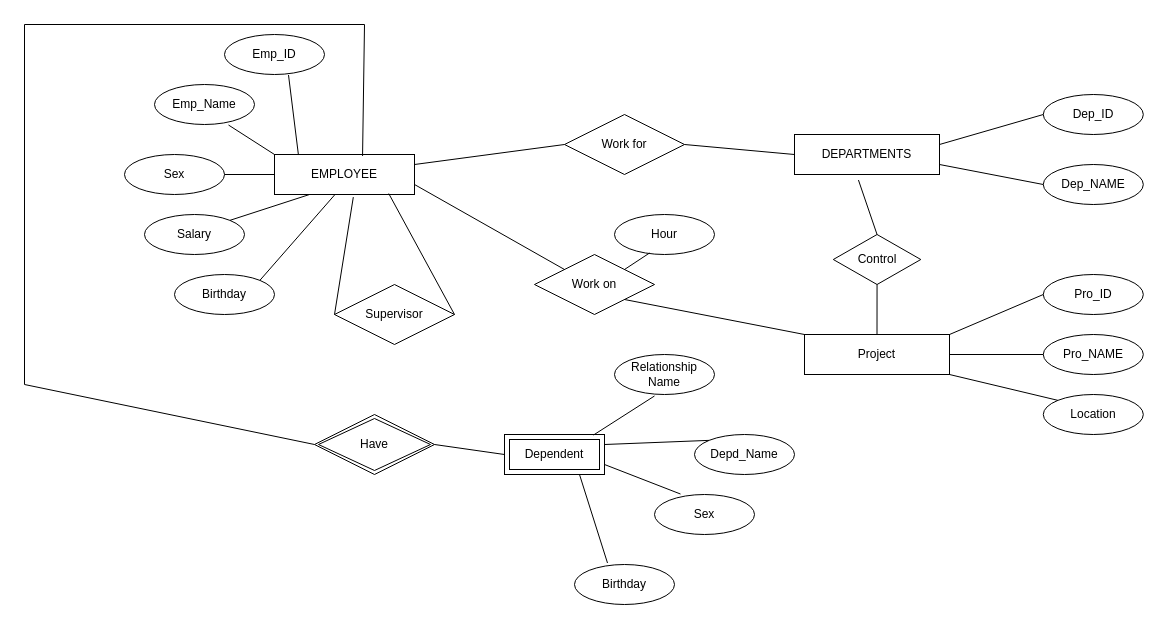
Before: Biểu đồ không có tiêu đề.drawio in QuanTran05/ERD, a draw.io diagram. Source tidied: cells renumbered, new cells numbered last; positions are measured from the earlier drawing's top-left corner, leaving out a move shared by most shapes. Both pictures are drawn from the tidied source at 100%, with x=0, y=0 at pixel (24, 24).
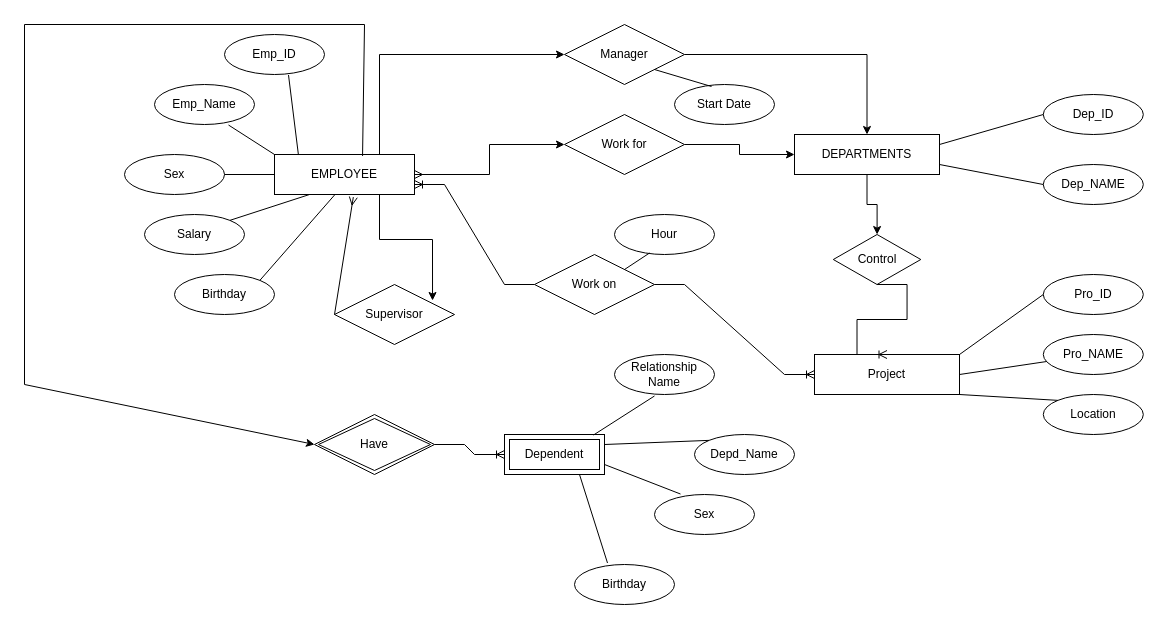
The same diagram, later.

Unchanged cells that the change refers to:
```xml
<mxCell id="2" value="DEPARTMENTS" style="whiteSpace=wrap;html=1;align=center;fontStyle=0;" parent="1" vertex="1">
  <mxGeometry x="770" y="110" width="145" height="40" as="geometry" />
</mxCell>
<mxCell id="5" value="EMPLOYEE" style="Entity;whiteSpace=wrap;html=1;align=center;fontStyle=0;" parent="1" vertex="1">
  <mxGeometry x="250" y="130" width="140" height="40" as="geometry" />
</mxCell>
<mxCell id="8" value="Control" style="shape=rhombus;perimeter=rhombusPerimeter;whiteSpace=wrap;html=1;align=center;strokeColor=default;verticalAlign=middle;fontFamily=Helvetica;fontSize=12;fontColor=default;fillColor=default;fontStyle=0;" parent="1" vertex="1">
  <mxGeometry x="808.8" y="210" width="87.5" height="50" as="geometry" />
</mxCell>
<mxCell id="28" value="Work on" style="shape=rhombus;perimeter=rhombusPerimeter;whiteSpace=wrap;html=1;align=center;strokeColor=default;verticalAlign=middle;fontFamily=Helvetica;fontSize=12;fontColor=default;fillColor=default;fontStyle=0;" parent="1" vertex="1">
  <mxGeometry x="510" y="230" width="120" height="60" as="geometry" />
</mxCell>
<mxCell id="33" value="Work for" style="shape=rhombus;perimeter=rhombusPerimeter;whiteSpace=wrap;html=1;align=center;strokeColor=default;verticalAlign=middle;fontFamily=Helvetica;fontSize=12;fontColor=default;fillColor=default;fontStyle=0;" parent="1" vertex="1">
  <mxGeometry x="540" y="90" width="120" height="60" as="geometry" />
</mxCell>
<mxCell id="36" value="Dependent" style="shape=ext;margin=3;double=1;whiteSpace=wrap;html=1;align=center;strokeColor=default;verticalAlign=middle;fontFamily=Helvetica;fontSize=12;fontColor=default;fillColor=default;fontStyle=0;" parent="1" vertex="1">
  <mxGeometry x="480" y="410" width="100" height="40" as="geometry" />
</mxCell>
<mxCell id="46" value="Supervisor" style="shape=rhombus;perimeter=rhombusPerimeter;whiteSpace=wrap;html=1;align=center;fontStyle=0;" parent="1" vertex="1">
  <mxGeometry x="310" y="260" width="120" height="60" as="geometry" />
</mxCell>
<mxCell id="49" value="Have" style="shape=rhombus;double=1;perimeter=rhombusPerimeter;whiteSpace=wrap;html=1;align=center;" parent="1" vertex="1">
  <mxGeometry x="290" y="390" width="120" height="60" as="geometry" />
</mxCell>
```

Change to the diagram source:
```diff
@@
+    <mxCell id="16" style="edgeStyle=orthogonalEdgeStyle;rounded=0;jettySize=auto;html=1;" parent="1" edge="1" source="2" target="8">
+      <mxGeometry relative="1" as="geometry" />
+    </mxCell>
@@
+    <mxCell id="34" style="edgeStyle=orthogonalEdgeStyle;rounded=0;jettySize=auto;html=1;entryX=0;entryY=0.5;entryDx=0;entryDy=0;startArrow=ERmany;startFill=0;" parent="1" edge="1" source="5" target="33">
+      <mxGeometry relative="1" as="geometry" />
+    </mxCell>
+    <mxCell id="51" style="edgeStyle=orthogonalEdgeStyle;rounded=0;jettySize=auto;html=1;exitX=0.75;exitY=0;exitDx=0;exitDy=0;entryX=0;entryY=0.5;entryDx=0;entryDy=0;" parent="1" edge="1" source="5" target="53">
+      <mxGeometry relative="1" as="geometry" />
+    </mxCell>
@@
     <mxCell id="9" value="Project" style="whiteSpace=wrap;html=1;align=center;fontStyle=0;" parent="1" vertex="1">
-      <mxGeometry x="780" y="310" width="145" height="40" as="geometry" />
+      <mxGeometry x="790" y="330" width="145" height="40" as="geometry" />
     </mxCell>
@@
-    <mxCell id="16" style="endArrow=none;html=1;rounded=0;fontFamily=Helvetica;fontSize=12;fontColor=default;exitX=0.441;exitY=1.138;exitDx=0;exitDy=0;entryX=0.5;entryY=0;entryDx=0;entryDy=0;exitPerimeter=0;fontStyle=0;align=center;" parent="1" edge="1" source="2" target="8">
-      <mxGeometry relative="1" as="geometry" />
-    </mxCell>
-    <mxCell id="17" style="endArrow=none;html=1;rounded=0;fontFamily=Helvetica;fontSize=12;fontColor=default;exitX=0.5;exitY=1;exitDx=0;exitDy=0;entryX=0.5;entryY=0;entryDx=0;entryDy=0;fontStyle=0;align=center;" parent="1" edge="1" source="8" target="9">
-      <mxGeometry relative="1" as="geometry" />
-    </mxCell>
@@
-    <mxCell id="29" style="endArrow=none;html=1;rounded=0;fontFamily=Helvetica;fontSize=12;fontColor=default;entryX=0;entryY=0;entryDx=0;entryDy=0;exitX=1;exitY=0.75;exitDx=0;exitDy=0;fontStyle=0;align=center;" parent="1" edge="1" source="5" target="28">
-      <mxGeometry relative="1" as="geometry" />
-    </mxCell>
-    <mxCell id="30" style="endArrow=none;html=1;rounded=0;fontFamily=Helvetica;fontSize=12;fontColor=default;entryX=0;entryY=0;entryDx=0;entryDy=0;exitX=1;exitY=1;exitDx=0;exitDy=0;fontStyle=0;align=center;" parent="1" edge="1" source="28" target="9">
-      <mxGeometry relative="1" as="geometry" />
-    </mxCell>
@@
+    <mxCell id="35" style="edgeStyle=orthogonalEdgeStyle;rounded=0;jettySize=auto;html=1;entryX=0;entryY=0.5;entryDx=0;entryDy=0;" parent="1" edge="1" source="33" target="2">
+      <mxGeometry relative="1" as="geometry" />
+    </mxCell>
@@
-    <mxCell id="34" style="endArrow=none;html=1;rounded=0;fontFamily=Helvetica;fontSize=12;fontColor=default;entryX=0;entryY=0.5;entryDx=0;entryDy=0;exitX=1;exitY=0.25;exitDx=0;exitDy=0;fontStyle=0;align=center;" parent="1" edge="1" source="5" target="33">
-      <mxGeometry relative="1" as="geometry" />
-    </mxCell>
-    <mxCell id="35" style="endArrow=none;html=1;rounded=0;fontFamily=Helvetica;fontSize=12;fontColor=default;entryX=0;entryY=0.5;entryDx=0;entryDy=0;exitX=1;exitY=0.5;exitDx=0;exitDy=0;fontStyle=0;align=center;" parent="1" edge="1" source="33" target="2">
-      <mxGeometry relative="1" as="geometry" />
-    </mxCell>
@@
-    <mxCell id="45" style="endArrow=none;html=1;rounded=0;fontFamily=Helvetica;fontSize=12;fontColor=default;exitX=0.629;exitY=0.037;exitDx=0;exitDy=0;exitPerimeter=0;fontStyle=0;align=center;entryX=0;entryY=0.5;entryDx=0;entryDy=0;" parent="1" edge="1" source="5" target="49">
+    <mxCell id="45" style="endArrow=classic;html=1;rounded=0;fontFamily=Helvetica;fontSize=12;fontColor=default;exitX=0.629;exitY=0.037;exitDx=0;exitDy=0;exitPerimeter=0;fontStyle=0;align=center;entryX=0;entryY=0.5;entryDx=0;entryDy=0;endFill=1;" parent="1" edge="1" source="5" target="49">
       <mxGeometry relative="1" as="geometry">
         <Array as="points">
           <mxPoint x="340" />
           <mxPoint />
           <mxPoint y="360" />
         </Array>
       </mxGeometry>
     </mxCell>
@@
-    <mxCell id="47" style="endArrow=none;html=1;rounded=0;fontFamily=Helvetica;fontSize=12;fontColor=default;entryX=0.816;entryY=0.976;entryDx=0;entryDy=0;fontStyle=0;align=center;exitX=1;exitY=0.5;exitDx=0;exitDy=0;entryPerimeter=0;" parent="1" edge="1" source="46" target="5">
-      <mxGeometry relative="1" as="geometry" />
-    </mxCell>
-    <mxCell id="48" style="endArrow=none;html=1;rounded=0;fontFamily=Helvetica;fontSize=12;fontColor=default;entryX=0.563;entryY=1.065;entryDx=0;entryDy=0;fontStyle=0;align=center;exitX=0;exitY=0.5;exitDx=0;exitDy=0;entryPerimeter=0;" parent="1" edge="1" source="46" target="5">
+    <mxCell id="48" style="endArrow=ERmany;html=1;rounded=0;fontFamily=Helvetica;fontSize=12;fontColor=default;entryX=0.563;entryY=1.065;entryDx=0;entryDy=0;fontStyle=0;align=center;exitX=0;exitY=0.5;exitDx=0;exitDy=0;entryPerimeter=0;endFill=0;" parent="1" edge="1" source="46" target="5">
       <mxGeometry relative="1" as="geometry" />
     </mxCell>
@@
-    <mxCell id="50" style="endArrow=none;html=1;rounded=0;fontFamily=Helvetica;fontSize=12;fontColor=default;entryX=0;entryY=0.5;entryDx=0;entryDy=0;fontStyle=0;align=center;exitX=1;exitY=0.5;exitDx=0;exitDy=0;" parent="1" edge="1" source="49" target="36">
+    <mxCell id="50" style="edgeStyle=entityRelationEdgeStyle;fontSize=12;html=1;endArrow=ERoneToMany;rounded=0;exitX=1;exitY=0.5;exitDx=0;exitDy=0;entryX=0;entryY=0.5;entryDx=0;entryDy=0;" parent="1" edge="1" source="49" target="36">
       <mxGeometry relative="1" as="geometry" />
     </mxCell>
+    <mxCell id="52" style="edgeStyle=orthogonalEdgeStyle;rounded=0;jettySize=auto;html=1;entryX=0.5;entryY=0;entryDx=0;entryDy=0;" parent="1" edge="1" source="53" target="2">
+      <mxGeometry relative="1" as="geometry" />
+    </mxCell>
+    <mxCell id="53" value="Manager" style="shape=rhombus;perimeter=rhombusPerimeter;whiteSpace=wrap;html=1;align=center;" parent="1" vertex="1">
+      <mxGeometry x="540" width="120" height="60" as="geometry" />
+    </mxCell>
+    <mxCell id="54" value="Start Date" style="ellipse;whiteSpace=wrap;html=1;align=center;strokeColor=default;verticalAlign=middle;fontFamily=Helvetica;fontSize=12;fontColor=default;fillColor=default;fontStyle=0;" parent="1" vertex="1">
+      <mxGeometry x="650" y="60" width="100" height="40" as="geometry" />
+    </mxCell>
+    <mxCell id="55" style="endArrow=none;html=1;rounded=0;fontFamily=Helvetica;fontSize=12;fontColor=default;exitX=0.37;exitY=0.05;exitDx=0;exitDy=0;entryX=1;entryY=1;entryDx=0;entryDy=0;exitPerimeter=0;fontStyle=0;align=center;" parent="1" edge="1" source="54" target="53">
+      <mxGeometry relative="1" as="geometry" />
+    </mxCell>
+    <mxCell id="56" style="edgeStyle=entityRelationEdgeStyle;fontSize=12;html=1;endArrow=ERoneToMany;rounded=0;entryX=1;entryY=0.75;entryDx=0;entryDy=0;exitX=0;exitY=0.5;exitDx=0;exitDy=0;" parent="1" edge="1" source="28" target="5">
+      <mxGeometry relative="1" as="geometry" />
+    </mxCell>
+    <mxCell id="30" style="edgeStyle=entityRelationEdgeStyle;fontSize=12;html=1;endArrow=ERoneToMany;rounded=0;entryX=0;entryY=0.5;entryDx=0;entryDy=0;exitX=1;exitY=0.5;exitDx=0;exitDy=0;" parent="1" edge="1" source="28" target="9">
+      <mxGeometry relative="1" as="geometry" />
+    </mxCell>
+    <mxCell id="17" style="edgeStyle=entityRelationEdgeStyle;fontSize=12;html=1;endArrow=ERoneToMany;rounded=0;entryX=0.5;entryY=0;entryDx=0;entryDy=0;exitX=0.5;exitY=1;exitDx=0;exitDy=0;" parent="1" edge="1" source="8" target="9">
+      <mxGeometry relative="1" as="geometry" />
+    </mxCell>
+    <mxCell id="57" style="edgeStyle=orthogonalEdgeStyle;rounded=0;jettySize=auto;html=1;exitX=0.75;exitY=1;exitDx=0;exitDy=0;entryX=0.817;entryY=0.267;entryDx=0;entryDy=0;entryPerimeter=0;" parent="1" edge="1" source="5" target="46">
+      <mxGeometry relative="1" as="geometry" />
+    </mxCell>
```
